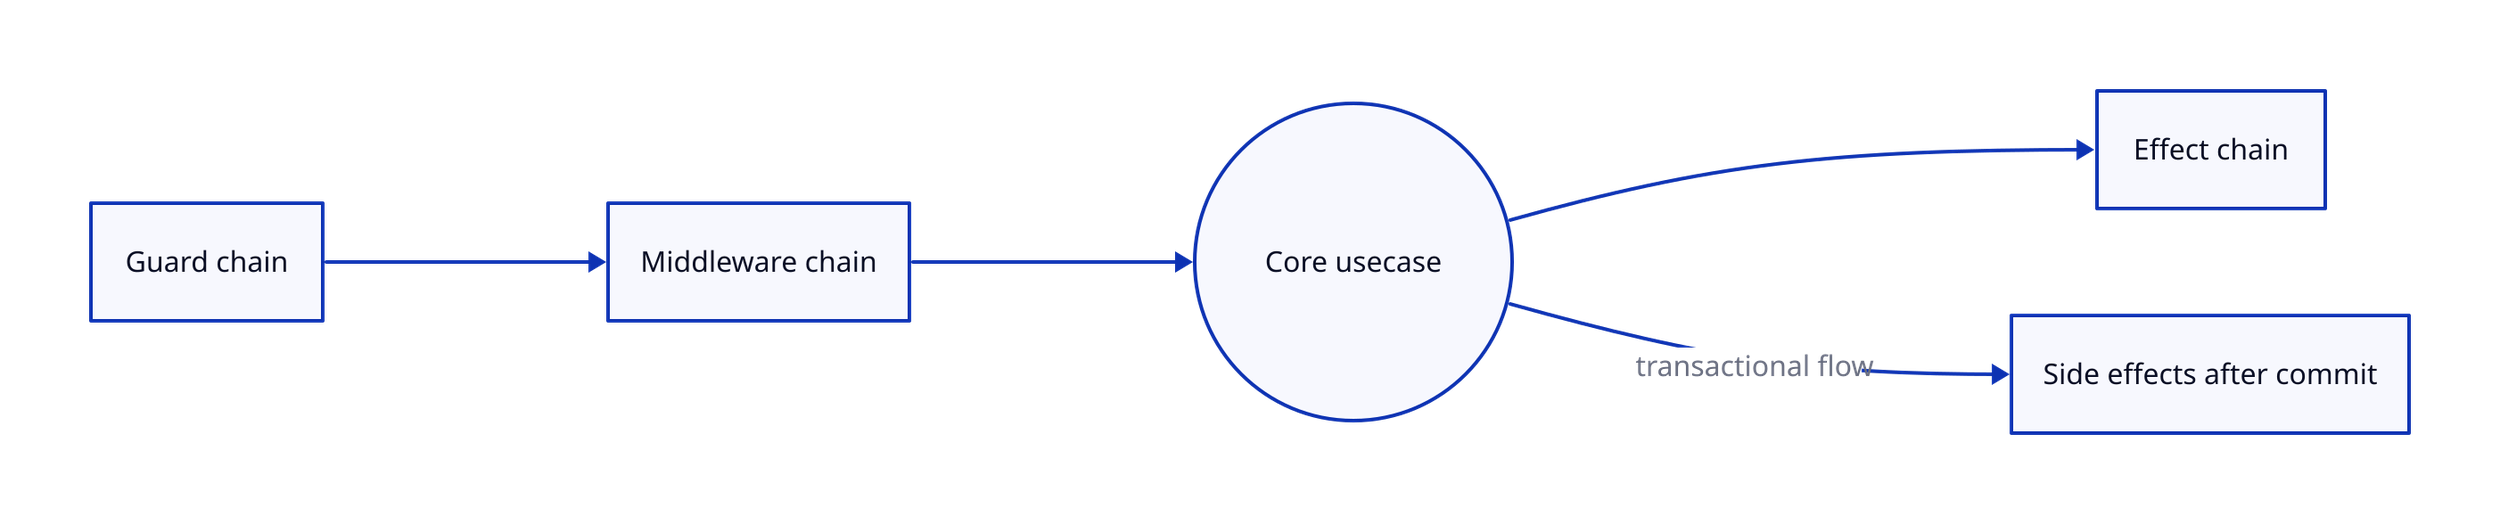
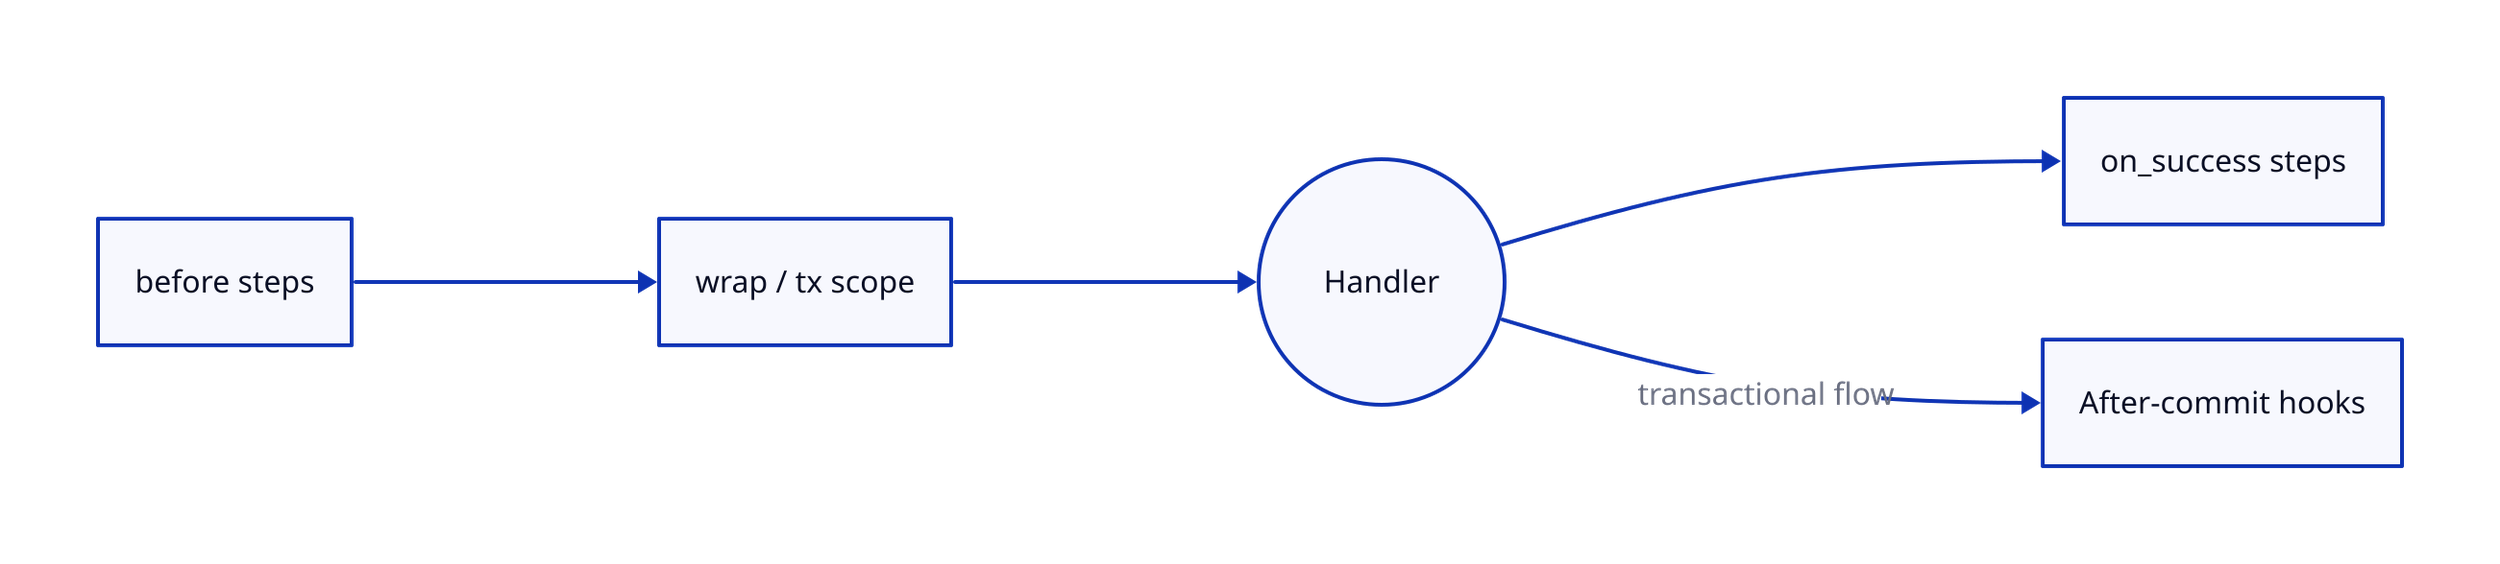
style: {
    fill: transparent
}

vars: {
    d2-config: {
        pad: 50
    }
}

direction: right

- Guards: {
+ Before: {
    shape: rectangle
-     label: Guard chain
+     label: before steps
}

- Middlewares: {
+ Wrap: {
    shape: rectangle
-     label: Middleware chain
+     label: wrap / tx scope
}

- Usecase: {
+ Handler: {
    shape: circle
-     label: Core usecase
+     label: Handler
}

- Effects: {
+ OnSuccess: {
    shape: rectangle
-     label: Effect chain
+     label: on_success steps
}

AfterCommit: {
    shape: rectangle
-     label: Side effects after commit
+     label: After-commit hooks
}

- Guards -> Middlewares -> Usecase -> Effects
- Usecase -> AfterCommit: transactional flow
+ Before -> Wrap -> Handler -> OnSuccess
+ Handler -> AfterCommit: transactional flow
